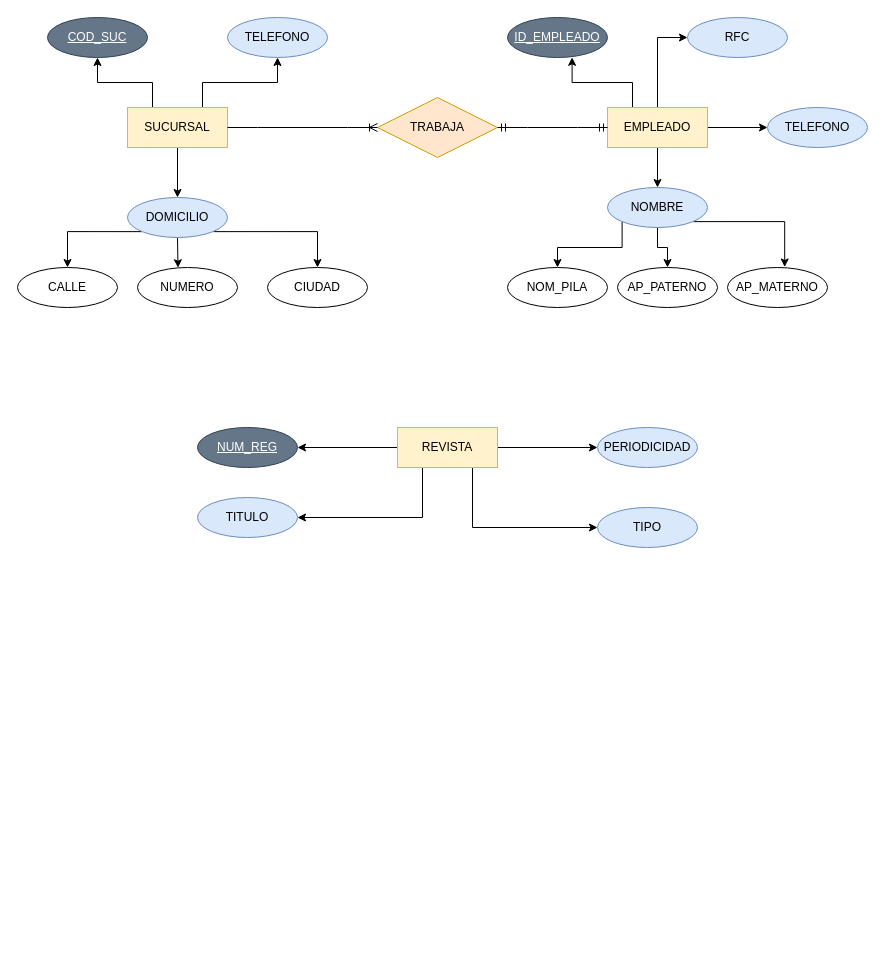
The draw.io diagram Diagrama sin título.drawio in AOlmosPilares/Base-de-Datos, before the edit. Source tidied: cells renumbered, new cells numbered last; positions are measured from the earlier drawing's top-left corner, leaving out a move shared by most shapes. Both pictures are drawn from the tidied source at 100%, with x=0, y=0 at pixel (17, 17).
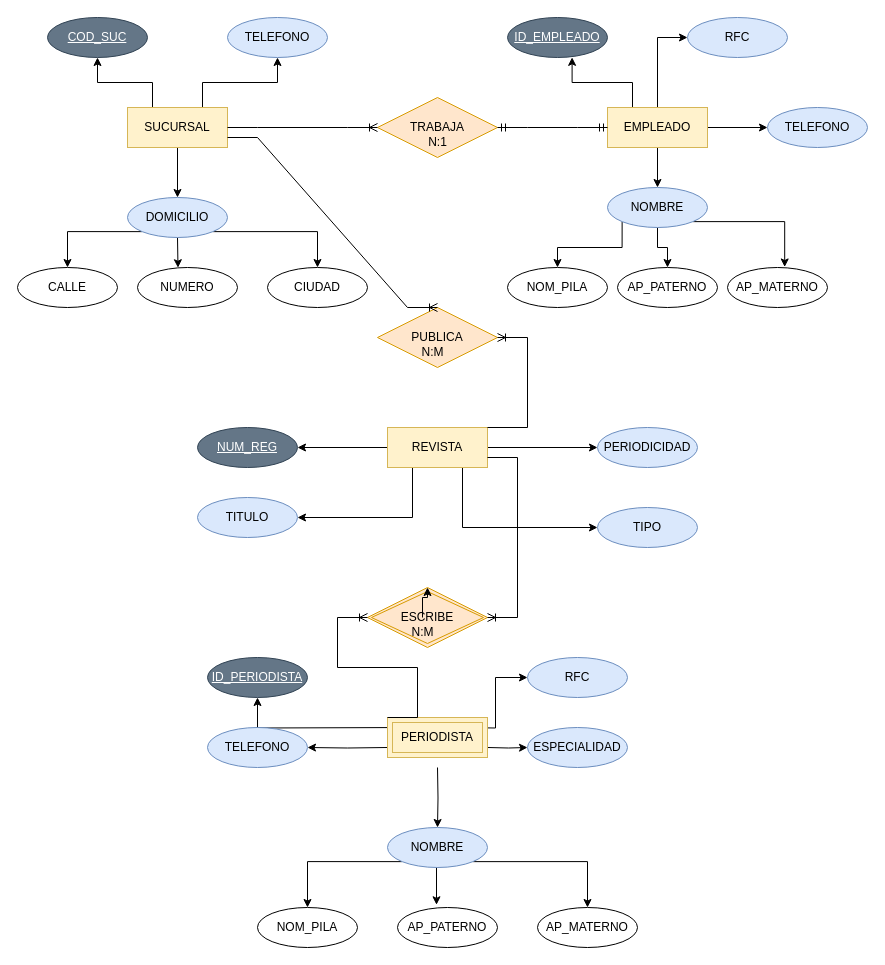
The same page after the edit.

The change refers to these unchanged cells:
```xml
<mxCell id="5" value="SUCURSAL" style="whiteSpace=wrap;html=1;align=center;fillColor=#fff2cc;strokeColor=#d6b656;" parent="1" vertex="1">
  <mxGeometry x="110" y="90" width="100" height="40" as="geometry" />
</mxCell>
```

The edit, as a diff of the source:
```diff
@@
     <mxCell id="37" value="REVISTA" style="whiteSpace=wrap;html=1;align=center;fillColor=#fff2cc;strokeColor=#d6b656;" parent="1" vertex="1">
-      <mxGeometry x="380" y="410" width="100" height="40" as="geometry" />
+      <mxGeometry x="370" y="410" width="100" height="40" as="geometry" />
     </mxCell>
@@
+    <mxCell id="42" value="PUBLICA" style="shape=rhombus;perimeter=rhombusPerimeter;whiteSpace=wrap;html=1;align=center;fillColor=#ffe6cc;strokeColor=#d79b00;" parent="1" vertex="1">
+      <mxGeometry x="360" y="290" width="120" height="60" as="geometry" />
+    </mxCell>
+    <mxCell id="43" style="edgeStyle=entityRelationEdgeStyle;fontSize=12;html=1;endArrow=ERoneToMany;rounded=0;exitX=1;exitY=0.75;exitDx=0;exitDy=0;entryX=0.5;entryY=0;entryDx=0;entryDy=0;" parent="1" edge="1" source="5" target="42">
+      <mxGeometry relative="1" as="geometry" />
+    </mxCell>
+    <mxCell id="44" style="edgeStyle=orthogonalEdgeStyle;rounded=0;jettySize=auto;html=1;exitX=0.25;exitY=0;exitDx=0;exitDy=0;" parent="1" edge="1" target="49">
+      <mxGeometry relative="1" as="geometry">
+        <mxPoint x="395" y="710" as="sourcePoint" />
+      </mxGeometry>
+    </mxCell>
+    <mxCell id="45" style="edgeStyle=orthogonalEdgeStyle;rounded=0;jettySize=auto;html=1;exitX=1;exitY=0.5;exitDx=0;exitDy=0;entryX=0;entryY=0.5;entryDx=0;entryDy=0;" parent="1" edge="1" target="51">
+      <mxGeometry relative="1" as="geometry">
+        <mxPoint x="470" y="730" as="sourcePoint" />
+      </mxGeometry>
+    </mxCell>
+    <mxCell id="46" style="edgeStyle=orthogonalEdgeStyle;rounded=0;jettySize=auto;html=1;exitX=0;exitY=0.5;exitDx=0;exitDy=0;entryX=1;entryY=0.5;entryDx=0;entryDy=0;" parent="1" edge="1" target="53">
+      <mxGeometry relative="1" as="geometry">
+        <mxPoint x="370" y="730" as="sourcePoint" />
+      </mxGeometry>
+    </mxCell>
+    <mxCell id="47" style="edgeStyle=orthogonalEdgeStyle;rounded=0;jettySize=auto;html=1;exitX=0.5;exitY=1;exitDx=0;exitDy=0;entryX=0.5;entryY=0;entryDx=0;entryDy=0;" parent="1" edge="1" target="57">
+      <mxGeometry relative="1" as="geometry">
+        <mxPoint x="420" y="750" as="sourcePoint" />
+      </mxGeometry>
+    </mxCell>
+    <mxCell id="48" style="edgeStyle=orthogonalEdgeStyle;rounded=0;jettySize=auto;html=1;exitX=0.75;exitY=0;exitDx=0;exitDy=0;entryX=0;entryY=0.5;entryDx=0;entryDy=0;" parent="1" edge="1" target="52">
+      <mxGeometry relative="1" as="geometry">
+        <mxPoint x="445" y="710" as="sourcePoint" />
+      </mxGeometry>
+    </mxCell>
+    <mxCell id="49" value="ID_PERIODISTA" style="ellipse;whiteSpace=wrap;html=1;align=center;fontStyle=4;fillColor=#647687;fontColor=#ffffff;strokeColor=#314354;" parent="1" vertex="1">
+      <mxGeometry x="190" y="640" width="100" height="40" as="geometry" />
+    </mxCell>
+    <mxCell id="50" value="NOM_PILA" style="ellipse;whiteSpace=wrap;html=1;align=center;" parent="1" vertex="1">
+      <mxGeometry x="240" y="890" width="100" height="40" as="geometry" />
+    </mxCell>
+    <mxCell id="51" value="ESPECIALIDAD" style="ellipse;whiteSpace=wrap;html=1;align=center;fillColor=#dae8fc;strokeColor=#6c8ebf;" parent="1" vertex="1">
+      <mxGeometry x="510" y="710" width="100" height="40" as="geometry" />
+    </mxCell>
+    <mxCell id="52" value="RFC" style="ellipse;whiteSpace=wrap;html=1;align=center;fillColor=#dae8fc;strokeColor=#6c8ebf;" parent="1" vertex="1">
+      <mxGeometry x="510" y="640" width="100" height="40" as="geometry" />
+    </mxCell>
+    <mxCell id="53" value="TELEFONO" style="ellipse;whiteSpace=wrap;html=1;align=center;fillColor=#dae8fc;strokeColor=#6c8ebf;" parent="1" vertex="1">
+      <mxGeometry x="190" y="710" width="100" height="40" as="geometry" />
+    </mxCell>
+    <mxCell id="54" style="edgeStyle=orthogonalEdgeStyle;rounded=0;jettySize=auto;html=1;exitX=0;exitY=1;exitDx=0;exitDy=0;" parent="1" edge="1" source="57" target="50">
+      <mxGeometry relative="1" as="geometry" />
+    </mxCell>
+    <mxCell id="55" style="edgeStyle=orthogonalEdgeStyle;rounded=0;jettySize=auto;html=1;exitX=0.5;exitY=1;exitDx=0;exitDy=0;entryX=0.39;entryY=-0.068;entryDx=0;entryDy=0;entryPerimeter=0;" parent="1" edge="1" source="57" target="59">
+      <mxGeometry relative="1" as="geometry" />
+    </mxCell>
+    <mxCell id="56" style="edgeStyle=orthogonalEdgeStyle;rounded=0;jettySize=auto;html=1;exitX=1;exitY=1;exitDx=0;exitDy=0;entryX=0.5;entryY=0;entryDx=0;entryDy=0;" parent="1" edge="1" source="57" target="58">
+      <mxGeometry relative="1" as="geometry" />
+    </mxCell>
+    <mxCell id="57" value="NOMBRE" style="ellipse;whiteSpace=wrap;html=1;align=center;fillColor=#dae8fc;strokeColor=#6c8ebf;" parent="1" vertex="1">
+      <mxGeometry x="370" y="810" width="100" height="40" as="geometry" />
+    </mxCell>
+    <mxCell id="58" value="AP_MATERNO" style="ellipse;whiteSpace=wrap;html=1;align=center;" parent="1" vertex="1">
+      <mxGeometry x="520" y="890" width="100" height="40" as="geometry" />
+    </mxCell>
+    <mxCell id="59" value="AP_PATERNO" style="ellipse;whiteSpace=wrap;html=1;align=center;" parent="1" vertex="1">
+      <mxGeometry x="380" y="890" width="100" height="40" as="geometry" />
+    </mxCell>
+    <mxCell id="60" value="ESCRIBE" style="shape=rhombus;double=1;perimeter=rhombusPerimeter;whiteSpace=wrap;html=1;align=center;fillColor=#ffe6cc;strokeColor=#d79b00;" parent="1" vertex="1">
+      <mxGeometry x="350" y="570" width="120" height="60" as="geometry" />
+    </mxCell>
+    <mxCell id="61" value="PERIODISTA" style="shape=ext;margin=3;double=1;whiteSpace=wrap;html=1;align=center;fillColor=#fff2cc;strokeColor=#d6b656;" parent="1" vertex="1">
+      <mxGeometry x="370" y="700" width="100" height="40" as="geometry" />
+    </mxCell>
+    <mxCell id="62" style="edgeStyle=entityRelationEdgeStyle;fontSize=12;html=1;endArrow=ERoneToMany;rounded=0;exitX=0;exitY=0;exitDx=0;exitDy=0;" parent="1" edge="1" source="61">
+      <mxGeometry relative="1" as="geometry">
+        <mxPoint x="350" y="600" as="targetPoint" />
+      </mxGeometry>
+    </mxCell>
+    <mxCell id="63" style="edgeStyle=entityRelationEdgeStyle;fontSize=12;html=1;endArrow=ERoneToMany;rounded=0;exitX=1;exitY=0.75;exitDx=0;exitDy=0;entryX=1;entryY=0.5;entryDx=0;entryDy=0;" parent="1" edge="1" source="37" target="60">
+      <mxGeometry relative="1" as="geometry" />
+    </mxCell>
+    <mxCell id="64" value="N:1" style="text;html=1;align=center;verticalAlign=middle;fillColor=none;strokeColor=none;rounded=0;" parent="1" vertex="1">
+      <mxGeometry x="400" y="110" width="40" height="30" as="geometry" />
+    </mxCell>
+    <mxCell id="65" style="edgeStyle=entityRelationEdgeStyle;fontSize=12;html=1;endArrow=ERoneToMany;rounded=0;exitX=1;exitY=0;exitDx=0;exitDy=0;" parent="1" edge="1" source="37" target="42">
+      <mxGeometry relative="1" as="geometry" />
+    </mxCell>
+    <mxCell id="66" value="N:M" style="text;html=1;align=center;verticalAlign=middle;fillColor=none;strokeColor=none;rounded=0;" parent="1" vertex="1">
+      <mxGeometry x="390" y="320" width="50" height="30" as="geometry" />
+    </mxCell>
+    <mxCell id="67" style="edgeStyle=orthogonalEdgeStyle;rounded=0;jettySize=auto;html=1;" parent="1" edge="1" source="68" target="60">
+      <mxGeometry relative="1" as="geometry" />
+    </mxCell>
+    <mxCell id="68" value="N:M" style="text;html=1;align=center;verticalAlign=middle;points=[];fillColor=none;strokeColor=none;rounded=0;" parent="1" vertex="1">
+      <mxGeometry x="380" y="600" width="50" height="30" as="geometry" />
+    </mxCell>
```
